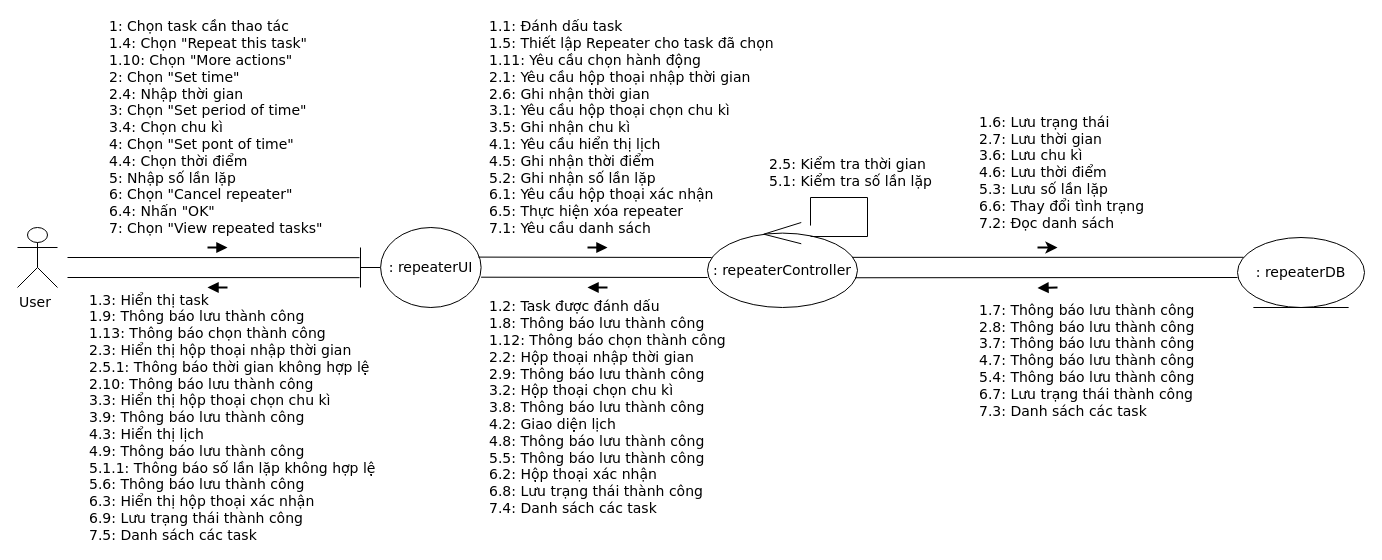
Earlier version of the draw.io diagram ToDoApp-Doc/Document/Diagram/Collaboration Diagram/Repeater/Repeater-CD-final.drawio (Merevoli-DatLuu/To-Do-App). Source tidied: cells renumbered, new cells numbered last; positions are measured from the earlier drawing's top-left corner, leaving out a move shared by most shapes. Both pictures are drawn from the tidied source at 100%, with x=0, y=0 at pixel (17, 17).
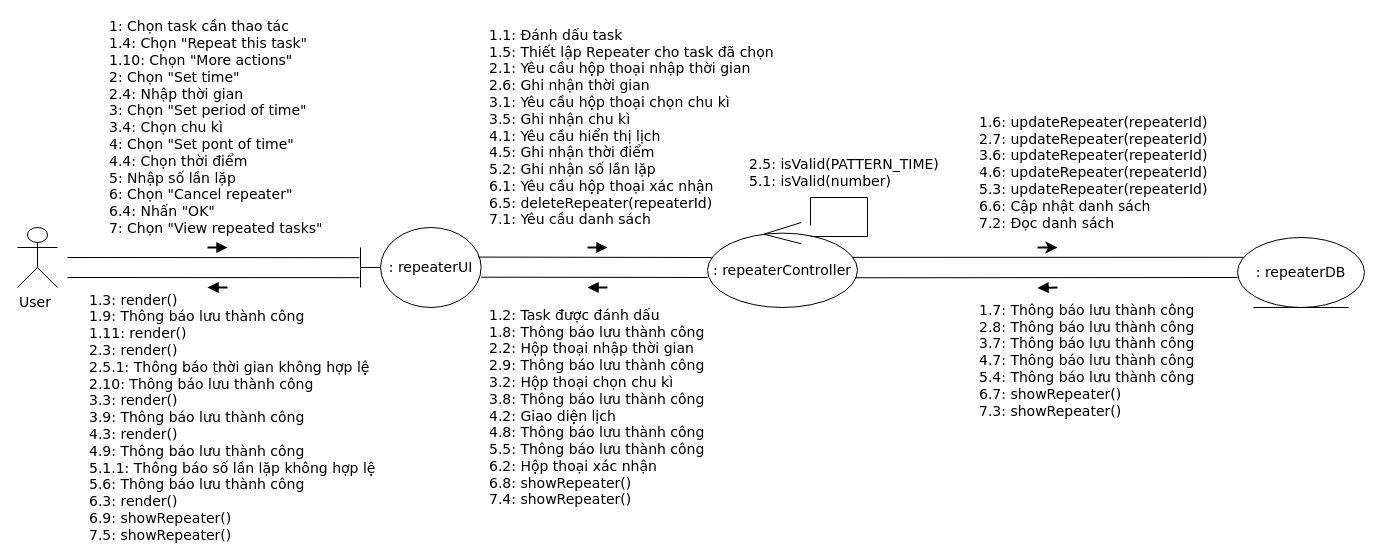
Above is the later version.

Commit message (it also covers changes not shown here):
[Modified]: Edit Repeater Collaboration Diagram

Diff of the diagram source:
```diff
@@
-    <mxCell id="13" value="&lt;span style=&quot;text-align: center ; background-color: rgb(255 , 255 , 255)&quot;&gt;1.1: Đánh dấu task&lt;br&gt;&lt;/span&gt;&lt;span style=&quot;text-align: center ; background-color: rgb(255 , 255 , 255)&quot;&gt;1.5: Thiết lập Repeater cho task đã chọn&lt;br&gt;&lt;/span&gt;&lt;span style=&quot;text-align: center ; background-color: rgb(255 , 255 , 255)&quot;&gt;1.11: Yêu cầu chọn hành động&lt;/span&gt;&lt;br&gt;&lt;span style=&quot;text-align: center ; background-color: rgb(255 , 255 , 255)&quot;&gt;2.1: Yêu cầu hộp thoại nhập thời gian&lt;br&gt;&lt;/span&gt;&lt;span style=&quot;text-align: center ; background-color: rgb(255 , 255 , 255)&quot;&gt;2.6: Ghi nhận thời gian&lt;/span&gt;&lt;br&gt;&lt;span style=&quot;text-align: center ; background-color: rgb(255 , 255 , 255)&quot;&gt;3.1: Yêu cầu hộp thoại chọn chu kì&lt;/span&gt;&lt;br&gt;&lt;span style=&quot;text-align: center ; background-color: rgb(255 , 255 , 255)&quot;&gt;3.5: Ghi nhận chu kì&lt;/span&gt;&lt;span style=&quot;background-color: rgb(255 , 255 , 255)&quot;&gt;&lt;br&gt;&lt;/span&gt;&lt;span style=&quot;text-align: center ; background-color: rgb(255 , 255 , 255)&quot;&gt;4.1: Yêu cầu hiển thị lịch&lt;/span&gt;&lt;span style=&quot;background-color: rgb(255 , 255 , 255)&quot;&gt;&lt;br&gt;&lt;/span&gt;&lt;span style=&quot;text-align: center ; background-color: rgb(255 , 255 , 255)&quot;&gt;4.5: Ghi nhận thời điểm&lt;/span&gt;&lt;span style=&quot;background-color: rgb(255 , 255 , 255)&quot;&gt;&lt;br&gt;&lt;/span&gt;&lt;span style=&quot;text-align: center ; background-color: rgb(255 , 255 , 255)&quot;&gt;5.2: Ghi nhận số lần lặp&lt;/span&gt;&lt;span style=&quot;background-color: rgb(255 , 255 , 255)&quot;&gt;&lt;br&gt;&lt;/span&gt;&lt;span style=&quot;text-align: center ; background-color: rgb(255 , 255 , 255)&quot;&gt;6.1: Yêu cầu hộp thoại xác nhận&lt;/span&gt;&lt;span style=&quot;background-color: rgb(255 , 255 , 255)&quot;&gt;&lt;br&gt;&lt;/span&gt;&lt;span style=&quot;text-align: center ; background-color: rgb(255 , 255 , 255)&quot;&gt;6.5: Thực hiện xóa repeater&lt;/span&gt;&lt;span style=&quot;background-color: rgb(255 , 255 , 255)&quot;&gt;&lt;br&gt;&lt;/span&gt;&lt;span style=&quot;text-align: center ; background-color: rgb(255 , 255 , 255)&quot;&gt;7.1: Yêu cầu danh sách&lt;/span&gt;&lt;span style=&quot;background-color: rgb(255 , 255 , 255)&quot;&gt;&lt;br&gt;&lt;/span&gt;" style="text;html=1;strokeColor=none;fillColor=none;align=left;verticalAlign=middle;whiteSpace=wrap;rounded=0;fontFamily=Verdana;fontSize=14;" parent="1" vertex="1">
+    <mxCell id="13" value="&lt;span style=&quot;text-align: center ; background-color: rgb(255 , 255 , 255)&quot;&gt;1.1: Đánh dấu task&lt;br&gt;&lt;/span&gt;&lt;span style=&quot;text-align: center ; background-color: rgb(255 , 255 , 255)&quot;&gt;1.5: Thiết lập Repeater cho task đã chọn&lt;/span&gt;&lt;br&gt;&lt;span style=&quot;text-align: center ; background-color: rgb(255 , 255 , 255)&quot;&gt;2.1: Yêu cầu hộp thoại nhập thời gian&lt;br&gt;&lt;/span&gt;&lt;span style=&quot;text-align: center ; background-color: rgb(255 , 255 , 255)&quot;&gt;2.6: Ghi nhận thời gian&lt;/span&gt;&lt;br&gt;&lt;span style=&quot;text-align: center ; background-color: rgb(255 , 255 , 255)&quot;&gt;3.1: Yêu cầu hộp thoại chọn chu kì&lt;/span&gt;&lt;br&gt;&lt;span style=&quot;text-align: center ; background-color: rgb(255 , 255 , 255)&quot;&gt;3.5: Ghi nhận chu kì&lt;/span&gt;&lt;span style=&quot;background-color: rgb(255 , 255 , 255)&quot;&gt;&lt;br&gt;&lt;/span&gt;&lt;span style=&quot;text-align: center ; background-color: rgb(255 , 255 , 255)&quot;&gt;4.1: Yêu cầu hiển thị lịch&lt;/span&gt;&lt;span style=&quot;background-color: rgb(255 , 255 , 255)&quot;&gt;&lt;br&gt;&lt;/span&gt;&lt;span style=&quot;text-align: center ; background-color: rgb(255 , 255 , 255)&quot;&gt;4.5: Ghi nhận thời điểm&lt;/span&gt;&lt;span style=&quot;background-color: rgb(255 , 255 , 255)&quot;&gt;&lt;br&gt;&lt;/span&gt;&lt;span style=&quot;text-align: center ; background-color: rgb(255 , 255 , 255)&quot;&gt;5.2: Ghi nhận số lần lặp&lt;/span&gt;&lt;span style=&quot;background-color: rgb(255 , 255 , 255)&quot;&gt;&lt;br&gt;&lt;/span&gt;&lt;span style=&quot;text-align: center ; background-color: rgb(255 , 255 , 255)&quot;&gt;6.1: Yêu cầu hộp thoại xác nhận&lt;/span&gt;&lt;span style=&quot;background-color: rgb(255 , 255 , 255)&quot;&gt;&lt;br&gt;&lt;/span&gt;&lt;span style=&quot;text-align: center ; background-color: rgb(255 , 255 , 255)&quot;&gt;6.5: deleteRepeater(repeaterId)&lt;/span&gt;&lt;span style=&quot;background-color: rgb(255 , 255 , 255)&quot;&gt;&lt;br&gt;&lt;/span&gt;&lt;span style=&quot;text-align: center ; background-color: rgb(255 , 255 , 255)&quot;&gt;7.1: Yêu cầu danh sách&lt;/span&gt;&lt;span style=&quot;background-color: rgb(255 , 255 , 255)&quot;&gt;&lt;br&gt;&lt;/span&gt;" style="text;html=1;strokeColor=none;fillColor=none;align=left;verticalAlign=middle;whiteSpace=wrap;rounded=0;fontFamily=Verdana;fontSize=14;" parent="1" vertex="1">
       <mxGeometry x="470" width="300" height="220" as="geometry" />
     </mxCell>
-    <mxCell id="14" value="&lt;span style=&quot;text-align: center ; background-color: rgb(255 , 255 , 255)&quot;&gt;1.7: Thông báo lưu thành công&lt;br&gt;&lt;/span&gt;&lt;span style=&quot;text-align: center ; background-color: rgb(255 , 255 , 255)&quot;&gt;2.8: Thông báo lưu thành công&lt;/span&gt;&lt;span style=&quot;background-color: rgb(255 , 255 , 255)&quot;&gt;&lt;br&gt;&lt;/span&gt;&lt;span style=&quot;text-align: center ; background-color: rgb(255 , 255 , 255)&quot;&gt;3.7: Thông báo lưu thành công&lt;/span&gt;&lt;span style=&quot;background-color: rgb(255 , 255 , 255)&quot;&gt;&lt;br&gt;&lt;/span&gt;&lt;span style=&quot;text-align: center ; background-color: rgb(255 , 255 , 255)&quot;&gt;4.7: Thông báo lưu thành công&lt;/span&gt;&lt;span style=&quot;background-color: rgb(255 , 255 , 255)&quot;&gt;&lt;br&gt;&lt;/span&gt;&lt;span style=&quot;text-align: center ; background-color: rgb(255 , 255 , 255)&quot;&gt;5.4: Thông báo lưu thành công&lt;/span&gt;&lt;span style=&quot;background-color: rgb(255 , 255 , 255)&quot;&gt;&lt;br&gt;&lt;/span&gt;&lt;span style=&quot;text-align: center ; background-color: rgb(255 , 255 , 255)&quot;&gt;6.7:&amp;nbsp;&lt;/span&gt;&lt;span style=&quot;text-align: center ; background-color: rgb(255 , 255 , 255)&quot;&gt;Lưu trạng thái thành công&lt;/span&gt;&lt;span style=&quot;background-color: rgb(255 , 255 , 255)&quot;&gt;&lt;br&gt;&lt;/span&gt;&lt;span style=&quot;text-align: center ; background-color: rgb(255 , 255 , 255)&quot;&gt;7.3: Danh sách các task&lt;/span&gt;&lt;span style=&quot;background-color: rgb(255 , 255 , 255)&quot;&gt;&lt;br&gt;&lt;/span&gt;" style="text;html=1;strokeColor=none;fillColor=none;align=left;verticalAlign=middle;whiteSpace=wrap;rounded=0;fontFamily=Verdana;fontSize=14;" parent="1" vertex="1">
+    <mxCell id="14" value="&lt;span style=&quot;text-align: center ; background-color: rgb(255 , 255 , 255)&quot;&gt;1.7: Thông báo lưu thành công&lt;br&gt;&lt;/span&gt;&lt;span style=&quot;text-align: center ; background-color: rgb(255 , 255 , 255)&quot;&gt;2.8: Thông báo lưu thành công&lt;/span&gt;&lt;span style=&quot;background-color: rgb(255 , 255 , 255)&quot;&gt;&lt;br&gt;&lt;/span&gt;&lt;span style=&quot;text-align: center ; background-color: rgb(255 , 255 , 255)&quot;&gt;3.7: Thông báo lưu thành công&lt;/span&gt;&lt;span style=&quot;background-color: rgb(255 , 255 , 255)&quot;&gt;&lt;br&gt;&lt;/span&gt;&lt;span style=&quot;text-align: center ; background-color: rgb(255 , 255 , 255)&quot;&gt;4.7: Thông báo lưu thành công&lt;/span&gt;&lt;span style=&quot;background-color: rgb(255 , 255 , 255)&quot;&gt;&lt;br&gt;&lt;/span&gt;&lt;span style=&quot;text-align: center ; background-color: rgb(255 , 255 , 255)&quot;&gt;5.4: Thông báo lưu thành công&lt;/span&gt;&lt;span style=&quot;background-color: rgb(255 , 255 , 255)&quot;&gt;&lt;br&gt;&lt;/span&gt;&lt;span style=&quot;text-align: center ; background-color: rgb(255 , 255 , 255)&quot;&gt;6.7:&amp;nbsp;&lt;/span&gt;&lt;span style=&quot;text-align: center ; background-color: rgb(255 , 255 , 255)&quot;&gt;showRepeater()&lt;/span&gt;&lt;span style=&quot;background-color: rgb(255 , 255 , 255)&quot;&gt;&lt;br&gt;&lt;/span&gt;&lt;span style=&quot;text-align: center ; background-color: rgb(255 , 255 , 255)&quot;&gt;7.3:&amp;nbsp;&lt;/span&gt;&lt;span style=&quot;text-align: center ; background-color: rgb(255 , 255 , 255)&quot;&gt;showRepeater()&lt;/span&gt;&lt;span style=&quot;background-color: rgb(255 , 255 , 255)&quot;&gt;&lt;br&gt;&lt;/span&gt;" style="text;html=1;strokeColor=none;fillColor=none;align=left;verticalAlign=middle;whiteSpace=wrap;rounded=0;fontFamily=Verdana;fontSize=14;" parent="1" vertex="1">
       <mxGeometry x="960" y="280" width="230" height="125" as="geometry" />
     </mxCell>
@@
-    <mxCell id="16" value="&lt;span style=&quot;text-align: center ; background-color: rgb(255 , 255 , 255)&quot;&gt;1.2: Task được đánh dấu&lt;br&gt;&lt;/span&gt;&lt;span style=&quot;text-align: center ; background-color: rgb(255 , 255 , 255)&quot;&gt;1.8: Thông báo lưu thành công&lt;br&gt;&lt;/span&gt;&lt;span style=&quot;text-align: center ; background-color: rgb(255 , 255 , 255)&quot;&gt;1.12: Thông báo chọn thành công&lt;br&gt;&lt;/span&gt;&lt;span style=&quot;text-align: center ; background-color: rgb(255 , 255 , 255)&quot;&gt;2.2: Hộp thoại nhập thời gian&lt;br&gt;&lt;/span&gt;&lt;span style=&quot;text-align: center ; background-color: rgb(255 , 255 , 255)&quot;&gt;2.9: Thông báo lưu thành công&lt;br&gt;&lt;/span&gt;&lt;span style=&quot;text-align: center ; background-color: rgb(255 , 255 , 255)&quot;&gt;3.2: Hộp thoại chọn chu kì&lt;br&gt;&lt;/span&gt;&lt;span style=&quot;text-align: center ; background-color: rgb(255 , 255 , 255)&quot;&gt;3.8: Thông báo lưu thành công&lt;br&gt;&lt;/span&gt;&lt;span style=&quot;text-align: center ; background-color: rgb(255 , 255 , 255)&quot;&gt;4.2: Giao diện lịch&lt;br&gt;&lt;/span&gt;&lt;span style=&quot;text-align: center ; background-color: rgb(255 , 255 , 255)&quot;&gt;4.8: Thông báo lưu thành công&lt;/span&gt;&lt;span style=&quot;background-color: rgb(255 , 255 , 255)&quot;&gt;&lt;br&gt;&lt;/span&gt;&lt;span style=&quot;text-align: center ; background-color: rgb(255 , 255 , 255)&quot;&gt;5.5: Thông báo lưu thành công&lt;br&gt;&lt;/span&gt;&lt;span style=&quot;text-align: center ; background-color: rgb(255 , 255 , 255)&quot;&gt;6.2: Hộp thoại xác nhận&lt;br&gt;&lt;/span&gt;&lt;span style=&quot;text-align: center ; background-color: rgb(255 , 255 , 255)&quot;&gt;6.8:&amp;nbsp;&lt;/span&gt;&lt;span style=&quot;text-align: center ; background-color: rgb(255 , 255 , 255)&quot;&gt;Lưu trạng thái thành công&lt;/span&gt;&lt;span style=&quot;text-align: center ; background-color: rgb(255 , 255 , 255)&quot;&gt;&lt;br&gt;&lt;/span&gt;&lt;span style=&quot;text-align: center ; background-color: rgb(255 , 255 , 255)&quot;&gt;7.4: Danh sách các task&lt;/span&gt;&lt;span style=&quot;background-color: rgb(255 , 255 , 255)&quot;&gt;&lt;br&gt;&lt;/span&gt;" style="text;html=1;strokeColor=none;fillColor=none;align=left;verticalAlign=middle;whiteSpace=wrap;rounded=0;fontFamily=Verdana;fontSize=14;" parent="1" vertex="1">
+    <mxCell id="16" value="&lt;span style=&quot;text-align: center ; background-color: rgb(255 , 255 , 255)&quot;&gt;1.2: Task được đánh dấu&lt;br&gt;&lt;/span&gt;&lt;span style=&quot;text-align: center ; background-color: rgb(255 , 255 , 255)&quot;&gt;1.8: Thông báo lưu thành công&lt;/span&gt;&lt;span style=&quot;text-align: center ; background-color: rgb(255 , 255 , 255)&quot;&gt;&lt;br&gt;&lt;/span&gt;&lt;span style=&quot;text-align: center ; background-color: rgb(255 , 255 , 255)&quot;&gt;2.2: Hộp thoại nhập thời gian&lt;br&gt;&lt;/span&gt;&lt;span style=&quot;text-align: center ; background-color: rgb(255 , 255 , 255)&quot;&gt;2.9: Thông báo lưu thành công&lt;br&gt;&lt;/span&gt;&lt;span style=&quot;text-align: center ; background-color: rgb(255 , 255 , 255)&quot;&gt;3.2: Hộp thoại chọn chu kì&lt;br&gt;&lt;/span&gt;&lt;span style=&quot;text-align: center ; background-color: rgb(255 , 255 , 255)&quot;&gt;3.8: Thông báo lưu thành công&lt;br&gt;&lt;/span&gt;&lt;span style=&quot;text-align: center ; background-color: rgb(255 , 255 , 255)&quot;&gt;4.2: Giao diện lịch&lt;br&gt;&lt;/span&gt;&lt;span style=&quot;text-align: center ; background-color: rgb(255 , 255 , 255)&quot;&gt;4.8: Thông báo lưu thành công&lt;/span&gt;&lt;span style=&quot;background-color: rgb(255 , 255 , 255)&quot;&gt;&lt;br&gt;&lt;/span&gt;&lt;span style=&quot;text-align: center ; background-color: rgb(255 , 255 , 255)&quot;&gt;5.5: Thông báo lưu thành công&lt;br&gt;&lt;/span&gt;&lt;span style=&quot;text-align: center ; background-color: rgb(255 , 255 , 255)&quot;&gt;6.2: Hộp thoại xác nhận&lt;br&gt;&lt;/span&gt;&lt;span style=&quot;text-align: center ; background-color: rgb(255 , 255 , 255)&quot;&gt;6.8: showRepeater()&lt;/span&gt;&lt;span style=&quot;text-align: center ; background-color: rgb(255 , 255 , 255)&quot;&gt;&lt;br&gt;&lt;/span&gt;&lt;span style=&quot;text-align: center ; background-color: rgb(255 , 255 , 255)&quot;&gt;7.4: showRepeater()&lt;/span&gt;&lt;span style=&quot;background-color: rgb(255 , 255 , 255)&quot;&gt;&lt;br&gt;&lt;/span&gt;" style="text;html=1;strokeColor=none;fillColor=none;align=left;verticalAlign=middle;whiteSpace=wrap;rounded=0;fontFamily=Verdana;fontSize=14;" parent="1" vertex="1">
       <mxGeometry x="470" y="285" width="250" height="210" as="geometry" />
     </mxCell>
@@
-    <mxCell id="20" value="&lt;span style=&quot;background-color: rgb(255 , 255 , 255)&quot;&gt;1.3: Hiển thị task&lt;br&gt;&lt;/span&gt;&lt;span style=&quot;background-color: rgb(255 , 255 , 255)&quot;&gt;1.9: Thông báo lưu thành công&lt;br&gt;&lt;/span&gt;&lt;span style=&quot;background-color: rgb(255 , 255 , 255)&quot;&gt;1.13: Thông báo chọn thành công&lt;br&gt;&lt;/span&gt;&lt;span style=&quot;background-color: rgb(255 , 255 , 255)&quot;&gt;2.3: Hiển thị hộp thoại nhập thời gian&lt;br&gt;&lt;/span&gt;&lt;span style=&quot;background-color: rgb(255 , 255 , 255)&quot;&gt;2.5.1: Thông báo thời gian không hợp lệ&lt;br&gt;&lt;/span&gt;&lt;span style=&quot;background-color: rgb(255 , 255 , 255)&quot;&gt;2.10: Thông báo lưu thành công&lt;br&gt;&lt;/span&gt;&lt;span style=&quot;background-color: rgb(255 , 255 , 255)&quot;&gt;3.3: Hiển thị hộp thoại chọn chu kì&lt;br&gt;&lt;/span&gt;&lt;span style=&quot;background-color: rgb(255 , 255 , 255)&quot;&gt;3.9: Thông báo lưu thành công&lt;br&gt;&lt;/span&gt;&lt;span style=&quot;background-color: rgb(255 , 255 , 255)&quot;&gt;4.3: Hiển thị lịch&lt;br&gt;&lt;/span&gt;&lt;span style=&quot;background-color: rgb(255 , 255 , 255)&quot;&gt;4.9: Thông báo lưu thành công&lt;br&gt;&lt;/span&gt;&lt;span style=&quot;background-color: rgb(255 , 255 , 255)&quot;&gt;5.1.1: Thông báo số lần lặp không hợp lệ&lt;br&gt;&lt;/span&gt;&lt;span style=&quot;text-align: center ; background-color: rgb(255 , 255 , 255)&quot;&gt;5.6: Thông báo lưu thành công&lt;br&gt;&lt;/span&gt;&lt;span style=&quot;text-align: center ; background-color: rgb(255 , 255 , 255)&quot;&gt;6.3: Hiển thị hộp thoại xác nhận&lt;br&gt;&lt;/span&gt;&lt;span style=&quot;text-align: center ; background-color: rgb(255 , 255 , 255)&quot;&gt;6.9:&amp;nbsp;&lt;/span&gt;&lt;span style=&quot;text-align: center ; background-color: rgb(255 , 255 , 255)&quot;&gt;Lưu trạng thái thành công&lt;br&gt;&lt;/span&gt;&lt;span style=&quot;text-align: center ; background-color: rgb(255 , 255 , 255)&quot;&gt;7.5: Danh sách các task&lt;/span&gt;&lt;span style=&quot;background-color: rgb(255 , 255 , 255)&quot;&gt;&lt;br&gt;&lt;/span&gt;" style="text;html=1;strokeColor=none;fillColor=none;align=left;verticalAlign=middle;whiteSpace=wrap;rounded=0;fontFamily=Verdana;fontSize=14;" parent="1" vertex="1">
+    <mxCell id="20" value="&lt;span style=&quot;background-color: rgb(255 , 255 , 255)&quot;&gt;1.3: render()&lt;br&gt;&lt;/span&gt;&lt;span style=&quot;background-color: rgb(255 , 255 , 255)&quot;&gt;1.9: Thông báo lưu thành công&lt;br&gt;&lt;/span&gt;&lt;span style=&quot;background-color: rgb(255 , 255 , 255)&quot;&gt;1.11: render()&lt;br&gt;&lt;/span&gt;&lt;span style=&quot;background-color: rgb(255 , 255 , 255)&quot;&gt;2.3: render()&lt;br&gt;&lt;/span&gt;&lt;span style=&quot;background-color: rgb(255 , 255 , 255)&quot;&gt;2.5.1: Thông báo thời gian không hợp lệ&lt;br&gt;&lt;/span&gt;&lt;span style=&quot;background-color: rgb(255 , 255 , 255)&quot;&gt;2.10: Thông báo lưu thành công&lt;br&gt;&lt;/span&gt;&lt;span style=&quot;background-color: rgb(255 , 255 , 255)&quot;&gt;3.3: render()&lt;br&gt;&lt;/span&gt;&lt;span style=&quot;background-color: rgb(255 , 255 , 255)&quot;&gt;3.9: Thông báo lưu thành công&lt;br&gt;&lt;/span&gt;&lt;span style=&quot;background-color: rgb(255 , 255 , 255)&quot;&gt;4.3: render()&lt;br&gt;&lt;/span&gt;&lt;span style=&quot;background-color: rgb(255 , 255 , 255)&quot;&gt;4.9: Thông báo lưu thành công&lt;br&gt;&lt;/span&gt;&lt;span style=&quot;background-color: rgb(255 , 255 , 255)&quot;&gt;5.1.1: Thông báo số lần lặp không hợp lệ&lt;br&gt;&lt;/span&gt;&lt;span style=&quot;text-align: center ; background-color: rgb(255 , 255 , 255)&quot;&gt;5.6: Thông báo lưu thành công&lt;br&gt;&lt;/span&gt;&lt;span style=&quot;text-align: center ; background-color: rgb(255 , 255 , 255)&quot;&gt;6.3: render()&lt;br&gt;&lt;/span&gt;&lt;span style=&quot;text-align: center ; background-color: rgb(255 , 255 , 255)&quot;&gt;6.9: showRepeater()&lt;/span&gt;&lt;span style=&quot;text-align: center ; background-color: rgb(255 , 255 , 255)&quot;&gt;&lt;br&gt;&lt;/span&gt;&lt;span style=&quot;text-align: center ; background-color: rgb(255 , 255 , 255)&quot;&gt;7.5:&amp;nbsp;&lt;/span&gt;&lt;span style=&quot;text-align: center ; background-color: rgb(255 , 255 , 255)&quot;&gt;showRepeater()&lt;/span&gt;&lt;span style=&quot;background-color: rgb(255 , 255 , 255)&quot;&gt;&lt;br&gt;&lt;/span&gt;" style="text;html=1;strokeColor=none;fillColor=none;align=left;verticalAlign=middle;whiteSpace=wrap;rounded=0;fontFamily=Verdana;fontSize=14;" parent="1" vertex="1">
       <mxGeometry x="70" y="280" width="300" height="240" as="geometry" />
     </mxCell>
-    <mxCell id="21" value="2.5: Kiểm tra thời gian&lt;br&gt;5.1: Kiểm tra số lần lặp" style="text;html=1;strokeColor=none;fillColor=none;align=left;verticalAlign=middle;whiteSpace=wrap;rounded=0;fontFamily=Verdana;fontSize=14;" parent="1" vertex="1">
-      <mxGeometry x="750" y="140" width="180" height="30" as="geometry" />
+    <mxCell id="21" value="&lt;span style=&quot;text-align: center&quot;&gt;2.5: isValid(PATTERN_TIME)&lt;/span&gt;&lt;br&gt;&lt;span style=&quot;text-align: center&quot;&gt;5.1: isValid(number)&lt;/span&gt;" style="text;html=1;strokeColor=none;fillColor=none;align=left;verticalAlign=middle;whiteSpace=wrap;rounded=0;fontFamily=Verdana;fontSize=14;" parent="1" vertex="1">
+      <mxGeometry x="730" y="140" width="210" height="30" as="geometry" />
     </mxCell>
@@
-    <mxCell id="25" value="&lt;span style=&quot;text-align: center ; background-color: rgb(255 , 255 , 255)&quot;&gt;1.6: Lưu trạng thái&lt;br&gt;&lt;/span&gt;&lt;span style=&quot;text-align: center ; background-color: rgb(255 , 255 , 255)&quot;&gt;2.7: Lưu thời gian&lt;br&gt;&lt;/span&gt;&lt;span style=&quot;text-align: center ; background-color: rgb(255 , 255 , 255)&quot;&gt;3.6: Lưu chu kì&lt;br&gt;&lt;/span&gt;&lt;span style=&quot;text-align: center ; background-color: rgb(255 , 255 , 255)&quot;&gt;4.6: Lưu thời điểm&lt;br&gt;&lt;/span&gt;&lt;span style=&quot;text-align: center ; background-color: rgb(255 , 255 , 255)&quot;&gt;5.3: Lưu số lần lặp&lt;br&gt;&lt;/span&gt;&lt;span style=&quot;text-align: center ; background-color: rgb(255 , 255 , 255)&quot;&gt;6.6: Thay đổi tình trạng&lt;br&gt;&lt;/span&gt;&lt;span style=&quot;background-color: rgb(255 , 255 , 255)&quot;&gt;7.2: Đọc danh sách&lt;br&gt;&lt;/span&gt;" style="text;html=1;strokeColor=none;fillColor=none;align=left;verticalAlign=middle;whiteSpace=wrap;rounded=0;fontFamily=Verdana;fontSize=14;" parent="1" vertex="1">
-      <mxGeometry x="960" y="96.2" width="180" height="117.5" as="geometry" />
+    <mxCell id="25" value="&lt;span style=&quot;text-align: center ; background-color: rgb(255 , 255 , 255)&quot;&gt;1.6: updateRepeater(repeaterId)&lt;/span&gt;&lt;span style=&quot;text-align: center ; background-color: rgb(255 , 255 , 255)&quot;&gt;&lt;br&gt;&lt;/span&gt;&lt;span style=&quot;text-align: center ; background-color: rgb(255 , 255 , 255)&quot;&gt;2.7: updateRepeater(repeaterId)&lt;/span&gt;&lt;span style=&quot;text-align: center ; background-color: rgb(255 , 255 , 255)&quot;&gt;&lt;br&gt;&lt;/span&gt;&lt;span style=&quot;text-align: center ; background-color: rgb(255 , 255 , 255)&quot;&gt;3.6:&amp;nbsp;&lt;/span&gt;&lt;span style=&quot;text-align: center ; background-color: rgb(255 , 255 , 255)&quot;&gt;updateRepeater(repeaterId)&lt;/span&gt;&lt;span style=&quot;text-align: center ; background-color: rgb(255 , 255 , 255)&quot;&gt;&lt;br&gt;&lt;/span&gt;&lt;span style=&quot;text-align: center ; background-color: rgb(255 , 255 , 255)&quot;&gt;4.6:&amp;nbsp;&lt;/span&gt;&lt;span style=&quot;text-align: center ; background-color: rgb(255 , 255 , 255)&quot;&gt;updateRepeater(repeaterId)&lt;/span&gt;&lt;span style=&quot;text-align: center ; background-color: rgb(255 , 255 , 255)&quot;&gt;&lt;br&gt;&lt;/span&gt;&lt;span style=&quot;text-align: center ; background-color: rgb(255 , 255 , 255)&quot;&gt;5.3:&amp;nbsp;&lt;/span&gt;&lt;span style=&quot;text-align: center ; background-color: rgb(255 , 255 , 255)&quot;&gt;updateRepeater(repeaterId)&lt;/span&gt;&lt;span style=&quot;text-align: center ; background-color: rgb(255 , 255 , 255)&quot;&gt;&lt;br&gt;&lt;/span&gt;&lt;span style=&quot;text-align: center ; background-color: rgb(255 , 255 , 255)&quot;&gt;6.6: Cập nhật danh sách&lt;br&gt;&lt;/span&gt;&lt;span style=&quot;background-color: rgb(255 , 255 , 255)&quot;&gt;7.2: Đọc danh sách&lt;br&gt;&lt;/span&gt;" style="text;html=1;strokeColor=none;fillColor=none;align=left;verticalAlign=middle;whiteSpace=wrap;rounded=0;fontFamily=Verdana;fontSize=14;" parent="1" vertex="1">
+      <mxGeometry x="960" y="96.2" width="240" height="117.5" as="geometry" />
     </mxCell>
```
